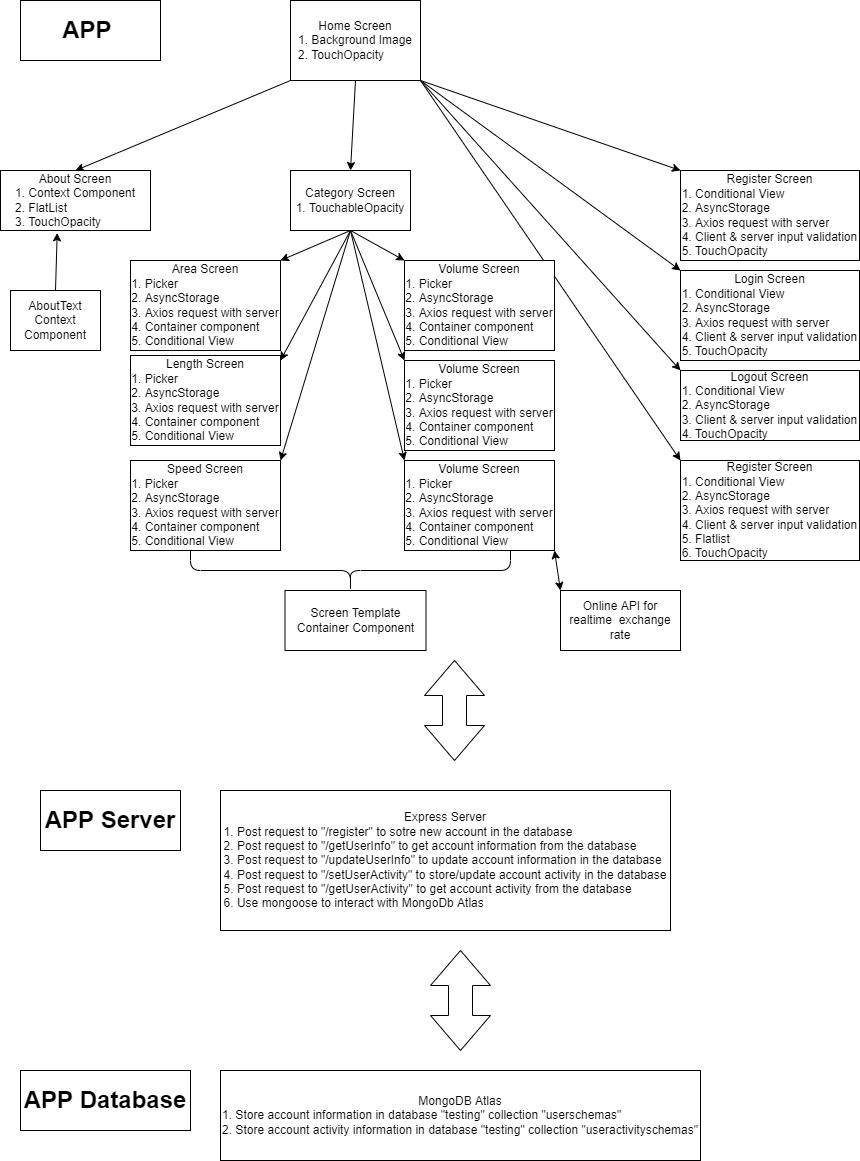
yanxuanshaozhu/Mobile-Development keeps this draw.io diagram as assets/Project Structure.png. Above is the earlier version. Source tidied: cells renumbered, new cells last; positions are measured from the earlier drawing's top-left corner, leaving out a move shared by most shapes.
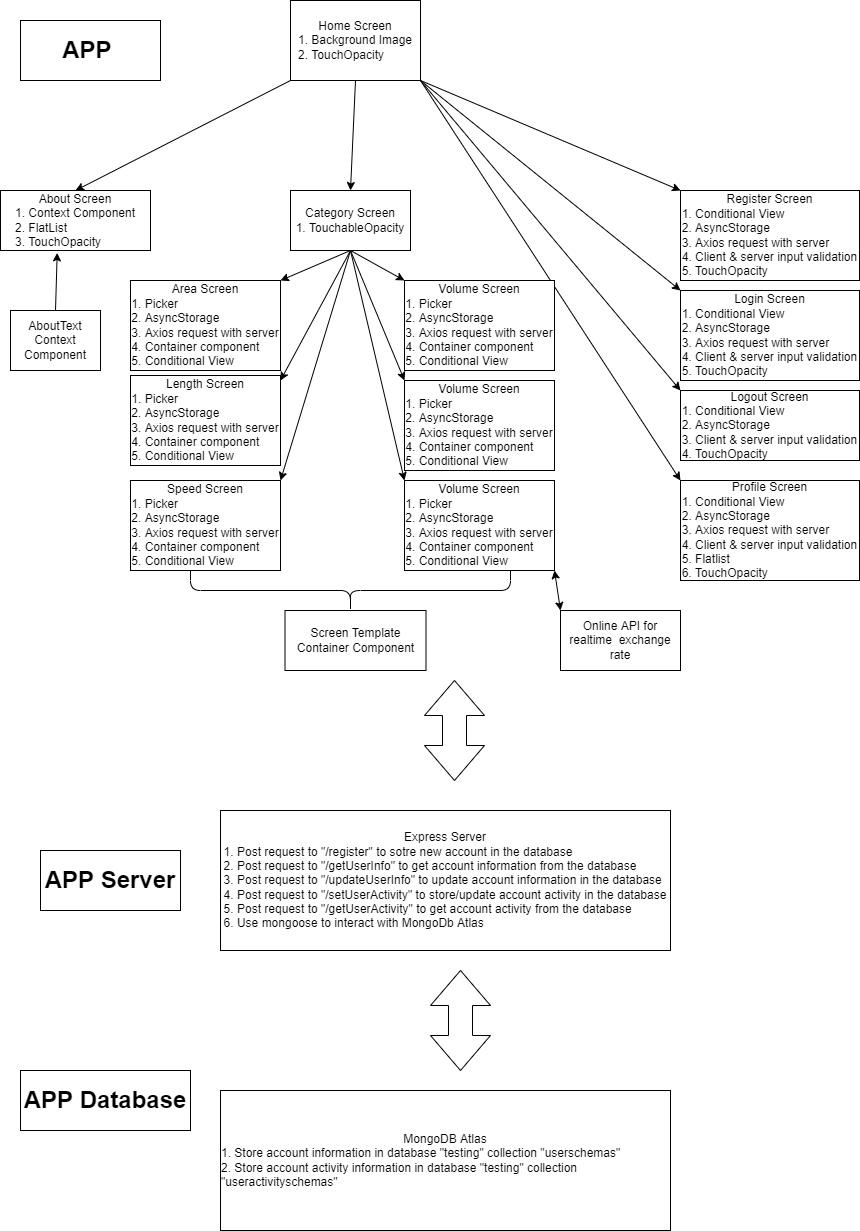
After the commit.

The edit, as a diff of the source:
```diff
@@ -3,7 +3,7 @@
     <mxCell id="0" />
     <mxCell id="1" parent="0" />
     <mxCell id="2" value="Home Screen&lt;br&gt;&lt;div style=&quot;text-align: left&quot;&gt;&lt;span&gt;1. Background Image&lt;/span&gt;&lt;/div&gt;&lt;div style=&quot;text-align: left&quot;&gt;&lt;span&gt;2. TouchOpacity&lt;/span&gt;&lt;/div&gt;" style="rounded=0;whiteSpace=wrap;html=1;" parent="1" vertex="1">
-      <mxGeometry x="290" width="130" height="80" as="geometry" />
+      <mxGeometry x="290" y="-20" width="130" height="80" as="geometry" />
     </mxCell>
     <mxCell id="3" value="About Screen&lt;br&gt;&lt;div style=&quot;text-align: left&quot;&gt;&lt;span&gt;1. Context Component&lt;/span&gt;&lt;/div&gt;&lt;div style=&quot;text-align: left&quot;&gt;&lt;span&gt;2. FlatList&lt;/span&gt;&lt;/div&gt;&lt;div style=&quot;text-align: left&quot;&gt;&lt;span&gt;3. TouchOpacity&lt;/span&gt;&lt;/div&gt;" style="rounded=0;whiteSpace=wrap;html=1;" parent="1" vertex="1">
       <mxGeometry y="170" width="150" height="60" as="geometry" />
@@ -71,8 +71,10 @@
     <mxCell id="22" style="endArrow=classic;html=1;rounded=0;entryX=0;entryY=0;entryDx=0;entryDy=0;exitX=1;exitY=1;exitDx=0;exitDy=0;" parent="1" edge="1" source="2" target="30">
       <mxGeometry relative="1" as="geometry" />
     </mxCell>
-    <mxCell id="23" style="endArrow=classic;html=1;rounded=0;entryX=0;entryY=0;entryDx=0;entryDy=0;exitX=1;exitY=1;exitDx=0;exitDy=0;" parent="1" edge="1" source="2" target="31">
-      <mxGeometry relative="1" as="geometry" />
+    <mxCell id="23" style="endArrow=classic;html=1;rounded=0;entryX=0;entryY=0;entryDx=0;entryDy=0;" parent="1" edge="1" target="31">
+      <mxGeometry relative="1" as="geometry">
+        <mxPoint x="420" y="60" as="sourcePoint" />
+      </mxGeometry>
     </mxCell>
     <mxCell id="24" style="endArrow=classic;html=1;rounded=0;entryX=0;entryY=0;entryDx=0;entryDy=0;exitX=1;exitY=1;exitDx=0;exitDy=0;" parent="1" edge="1" source="2" target="32">
       <mxGeometry relative="1" as="geometry" />
@@ -98,7 +100,7 @@
     <mxCell id="31" value="Logout Screen&lt;br&gt;&lt;div style=&quot;text-align: left&quot;&gt;&lt;span&gt;1. Conditional View&lt;/span&gt;&lt;/div&gt;&lt;div style=&quot;text-align: left&quot;&gt;&lt;span&gt;2. AsyncStorage&lt;/span&gt;&lt;/div&gt;&lt;div style=&quot;text-align: left&quot;&gt;&lt;span&gt;3. Client &amp;amp; server input validation&lt;/span&gt;&lt;/div&gt;&lt;div style=&quot;text-align: left&quot;&gt;&lt;span&gt;4. TouchOpacity&lt;/span&gt;&lt;/div&gt;" style="rounded=0;whiteSpace=wrap;html=1;align=center;" parent="1" vertex="1">
       <mxGeometry x="680" y="370" width="179" height="70" as="geometry" />
     </mxCell>
-    <mxCell id="32" value="Register Screen&lt;br&gt;&lt;div style=&quot;text-align: left&quot;&gt;&lt;span&gt;1. Conditional View&lt;/span&gt;&lt;/div&gt;&lt;div style=&quot;text-align: left&quot;&gt;&lt;span&gt;2. AsyncStorage&lt;/span&gt;&lt;/div&gt;&lt;div style=&quot;text-align: left&quot;&gt;&lt;span&gt;3. Axios request with server&lt;/span&gt;&lt;/div&gt;&lt;div style=&quot;text-align: left&quot;&gt;&lt;span&gt;4. Client &amp;amp; server input validation&lt;/span&gt;&lt;/div&gt;&lt;div style=&quot;text-align: left&quot;&gt;&lt;span&gt;5. Flatlist&lt;/span&gt;&lt;/div&gt;&lt;div style=&quot;text-align: left&quot;&gt;&lt;span&gt;6. TouchOpacity&lt;/span&gt;&lt;/div&gt;" style="rounded=0;whiteSpace=wrap;html=1;align=center;" parent="1" vertex="1">
+    <mxCell id="32" value="Profile Screen&lt;br&gt;&lt;div style=&quot;text-align: left&quot;&gt;&lt;span&gt;1. Conditional View&lt;/span&gt;&lt;/div&gt;&lt;div style=&quot;text-align: left&quot;&gt;&lt;span&gt;2. AsyncStorage&lt;/span&gt;&lt;/div&gt;&lt;div style=&quot;text-align: left&quot;&gt;&lt;span&gt;3. Axios request with server&lt;/span&gt;&lt;/div&gt;&lt;div style=&quot;text-align: left&quot;&gt;&lt;span&gt;4. Client &amp;amp; server input validation&lt;/span&gt;&lt;/div&gt;&lt;div style=&quot;text-align: left&quot;&gt;&lt;span&gt;5. Flatlist&lt;/span&gt;&lt;/div&gt;&lt;div style=&quot;text-align: left&quot;&gt;&lt;span&gt;6. TouchOpacity&lt;/span&gt;&lt;/div&gt;" style="rounded=0;whiteSpace=wrap;html=1;align=center;" parent="1" vertex="1">
       <mxGeometry x="680" y="460" width="179" height="100" as="geometry" />
     </mxCell>
     <mxCell id="33" value="Express Server&lt;br&gt;&lt;div style=&quot;text-align: left&quot;&gt;&lt;span&gt;1. Post request to &quot;/register&quot; to sotre new account in the database&lt;/span&gt;&lt;/div&gt;&lt;div style=&quot;text-align: left&quot;&gt;&lt;span&gt;2. Post request to &quot;/getUserInfo&quot; to get account information from the database&lt;/span&gt;&lt;/div&gt;&lt;div style=&quot;text-align: left&quot;&gt;&lt;span&gt;3. Post request to &quot;/updateUserInfo&quot; to update account information in the database&lt;/span&gt;&lt;/div&gt;&lt;div style=&quot;text-align: left&quot;&gt;&lt;span&gt;4. Post request to &quot;/setUserActivity&quot; to store/update account activity in the database&lt;/span&gt;&lt;/div&gt;&lt;div style=&quot;text-align: left&quot;&gt;&lt;span&gt;5. Post request to &quot;/getUserActivity&quot; to get account activity from the database&lt;/span&gt;&lt;/div&gt;&lt;div style=&quot;text-align: left&quot;&gt;&lt;span&gt;6. Use mongoose to interact with MongoDb Atlas&lt;/span&gt;&lt;/div&gt;" style="rounded=0;whiteSpace=wrap;html=1;align=center;" parent="1" vertex="1">
@@ -108,7 +110,7 @@
       <mxGeometry x="404" y="680" width="100" height="60" as="geometry" />
     </mxCell>
     <mxCell id="35" value="&lt;font style=&quot;font-size: 24px&quot;&gt;&lt;b&gt;APP Server&lt;/b&gt;&lt;/font&gt;" style="rounded=0;whiteSpace=wrap;html=1;" parent="1" vertex="1">
-      <mxGeometry x="40" y="790" width="140" height="60" as="geometry" />
+      <mxGeometry x="40" y="830" width="140" height="60" as="geometry" />
     </mxCell>
     <mxCell id="36" value="&lt;font style=&quot;font-size: 24px&quot;&gt;&lt;b&gt;APP&amp;nbsp;&lt;/b&gt;&lt;/font&gt;" style="rounded=0;whiteSpace=wrap;html=1;" parent="1" vertex="1">
       <mxGeometry x="20" width="140" height="60" as="geometry" />
@@ -117,10 +119,10 @@
       <mxGeometry x="410" y="970" width="100" height="60" as="geometry" />
     </mxCell>
     <mxCell id="38" value="&lt;font style=&quot;font-size: 24px&quot;&gt;&lt;b&gt;APP Database&lt;/b&gt;&lt;/font&gt;" style="rounded=0;whiteSpace=wrap;html=1;" parent="1" vertex="1">
-      <mxGeometry x="20" y="1070" width="170" height="60" as="geometry" />
+      <mxGeometry x="20" y="1050" width="170" height="60" as="geometry" />
     </mxCell>
     <mxCell id="39" value="MongoDB Atlas&lt;br&gt;&lt;div style=&quot;text-align: left&quot;&gt;&lt;span&gt;1. Store account information in database &quot;testing&quot; collection &quot;userschemas&quot;&lt;/span&gt;&lt;/div&gt;&lt;div style=&quot;text-align: left&quot;&gt;&lt;span&gt;2. Store account activity information in database &quot;testing&quot; collection &quot;useractivityschemas&quot;&lt;/span&gt;&lt;/div&gt;" style="rounded=0;whiteSpace=wrap;html=1;align=center;" parent="1" vertex="1">
-      <mxGeometry x="220" y="1070" width="480" height="90" as="geometry" />
+      <mxGeometry x="220" y="1070" width="450" height="140" as="geometry" />
     </mxCell>
   </root>
 </mxGraphModel>
```
